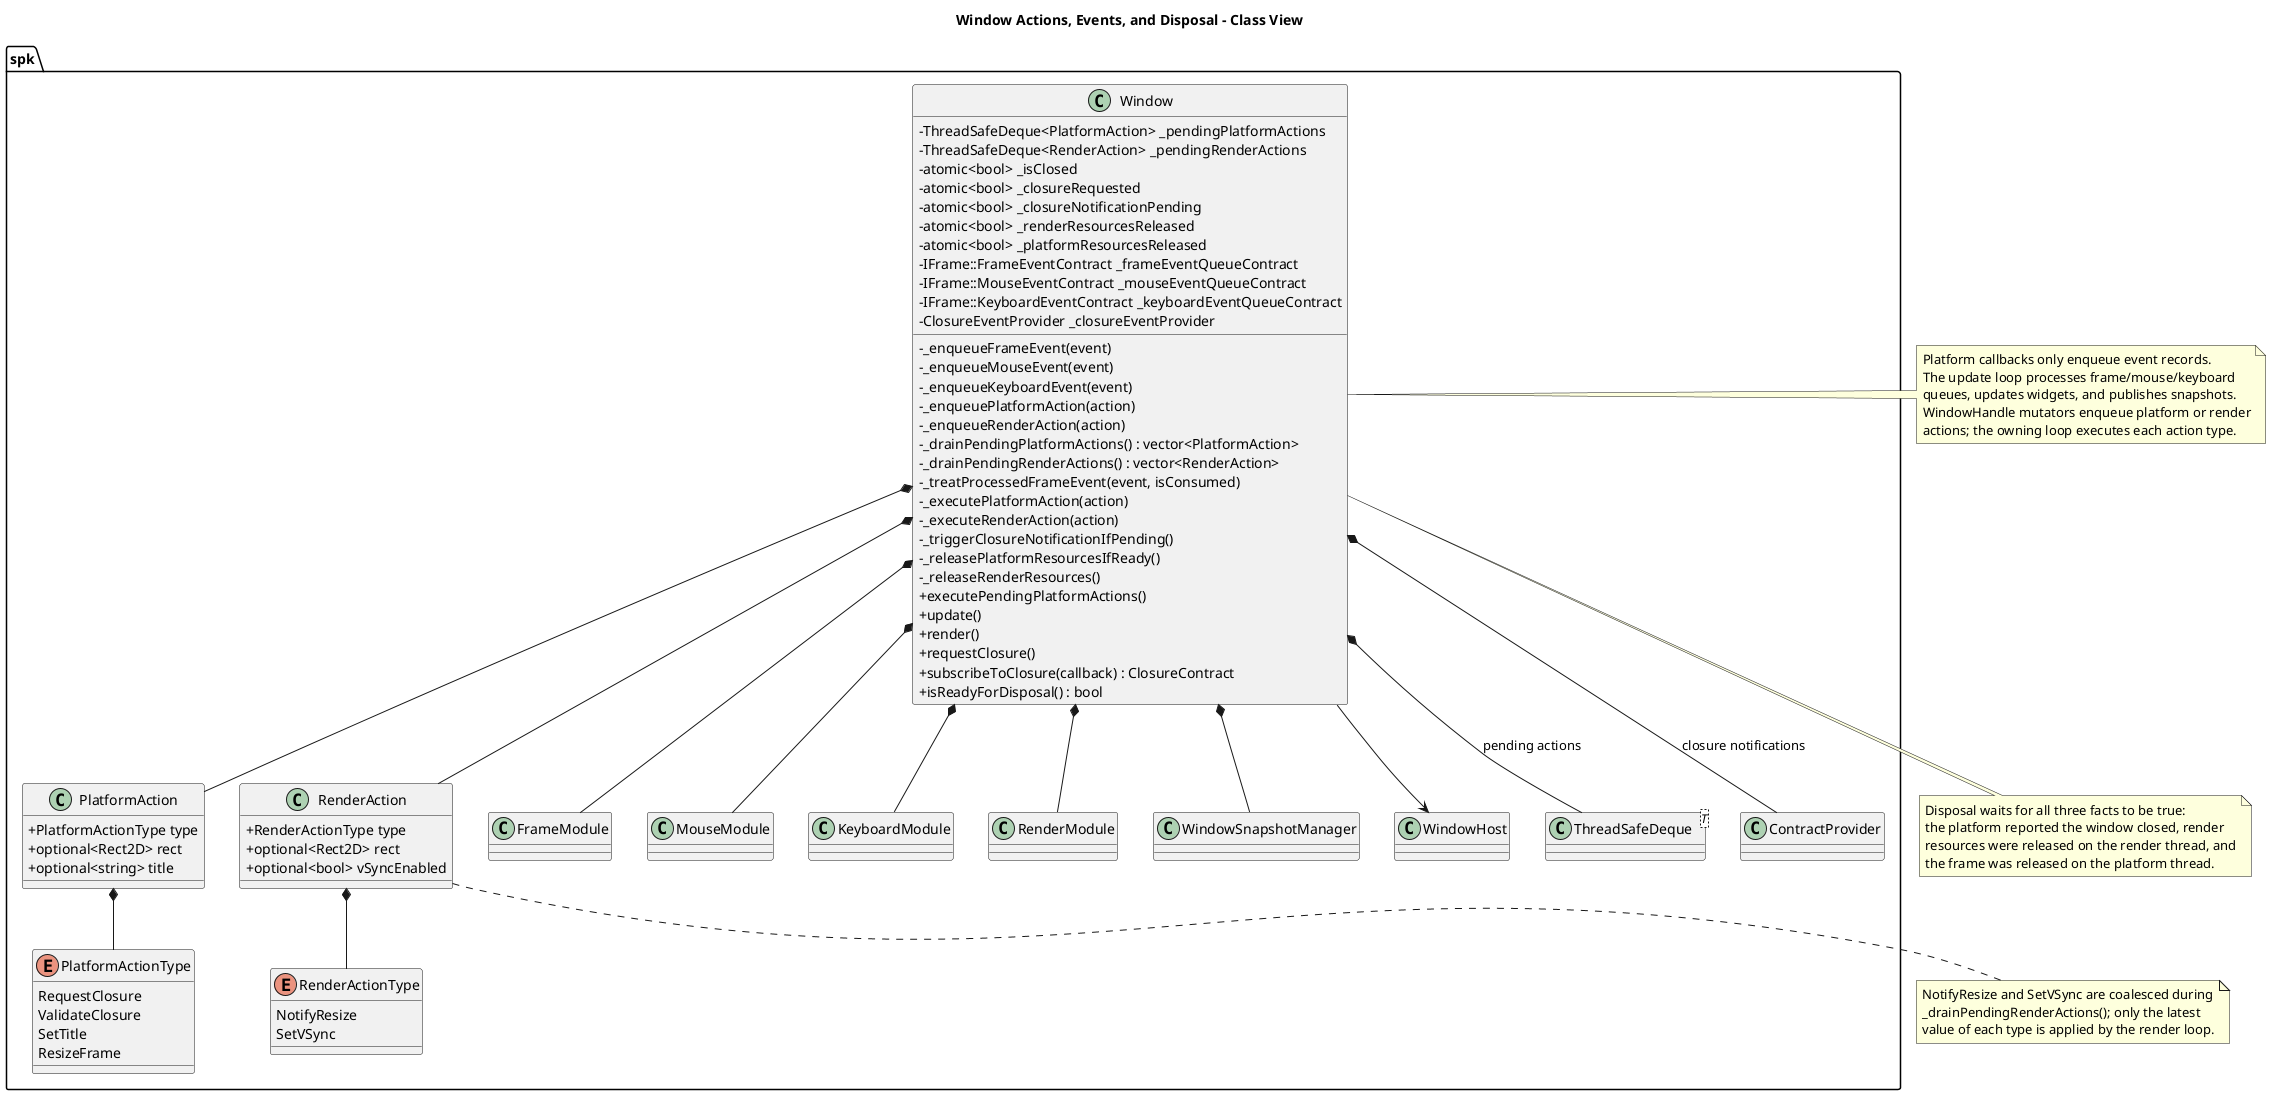
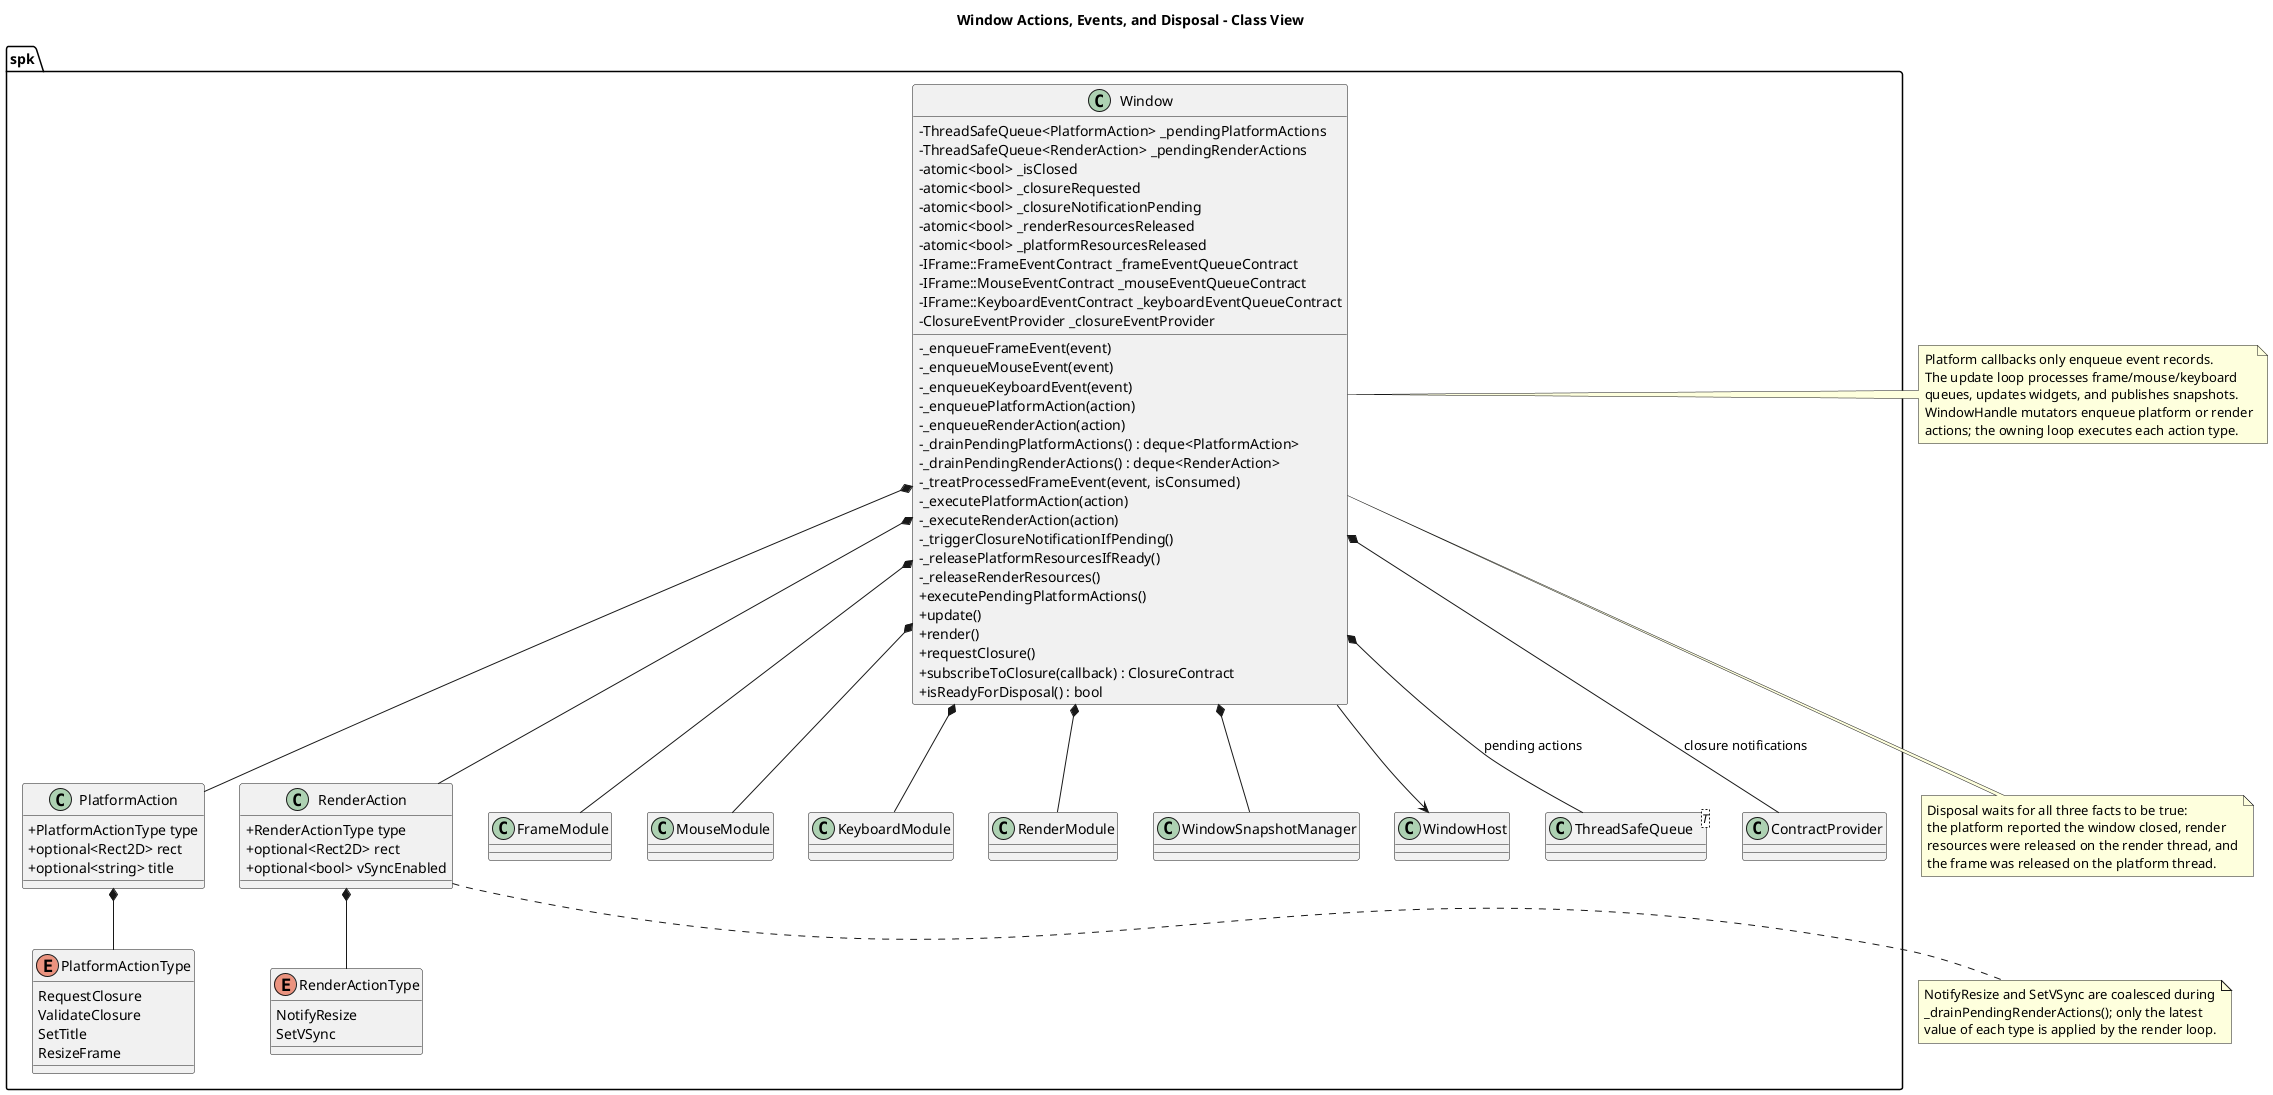
@startuml
title Window Actions, Events, and Disposal - Class View

skinparam classAttributeIconSize 0

namespace spk {
	class Window {
- 		- ThreadSafeDeque<PlatformAction> _pendingPlatformActions
- 		- ThreadSafeDeque<RenderAction> _pendingRenderActions
+ 		- ThreadSafeQueue<PlatformAction> _pendingPlatformActions
+ 		- ThreadSafeQueue<RenderAction> _pendingRenderActions
		- atomic<bool> _isClosed
		- atomic<bool> _closureRequested
		- atomic<bool> _closureNotificationPending
		- atomic<bool> _renderResourcesReleased
		- atomic<bool> _platformResourcesReleased
		- IFrame::FrameEventContract _frameEventQueueContract
		- IFrame::MouseEventContract _mouseEventQueueContract
		- IFrame::KeyboardEventContract _keyboardEventQueueContract
		- ClosureEventProvider _closureEventProvider
		- _enqueueFrameEvent(event)
		- _enqueueMouseEvent(event)
		- _enqueueKeyboardEvent(event)
		- _enqueuePlatformAction(action)
		- _enqueueRenderAction(action)
- 		- _drainPendingPlatformActions() : vector<PlatformAction>
- 		- _drainPendingRenderActions() : vector<RenderAction>
+ 		- _drainPendingPlatformActions() : deque<PlatformAction>
+ 		- _drainPendingRenderActions() : deque<RenderAction>
		- _treatProcessedFrameEvent(event, isConsumed)
		- _executePlatformAction(action)
		- _executeRenderAction(action)
		- _triggerClosureNotificationIfPending()
		- _releasePlatformResourcesIfReady()
		- _releaseRenderResources()
		+ executePendingPlatformActions()
		+ update()
		+ render()
		+ requestClosure()
		+ subscribeToClosure(callback) : ClosureContract
		+ isReadyForDisposal() : bool
	}

	enum PlatformActionType {
		RequestClosure
		ValidateClosure
		SetTitle
		ResizeFrame
	}

	class PlatformAction {
		+ PlatformActionType type
		+ optional<Rect2D> rect
		+ optional<string> title
	}

	enum RenderActionType {
		NotifyResize
		SetVSync
	}

	class RenderAction {
		+ RenderActionType type
		+ optional<Rect2D> rect
		+ optional<bool> vSyncEnabled
	}

	class FrameModule
	class MouseModule
	class KeyboardModule
	class RenderModule
	class WindowSnapshotManager
	class WindowHost
- 	class "ThreadSafeDeque<T>" as ThreadSafeDeque
+ 	class "ThreadSafeQueue<T>" as ThreadSafeQueue
	class ContractProvider
}

- spk.Window *-- spk.ThreadSafeDeque : pending actions
+ spk.Window *-- spk.ThreadSafeQueue : pending actions
spk.Window *-- spk.PlatformAction
spk.Window *-- spk.RenderAction
spk.PlatformAction *-- spk.PlatformActionType
spk.RenderAction *-- spk.RenderActionType
spk.Window *-- spk.FrameModule
spk.Window *-- spk.MouseModule
spk.Window *-- spk.KeyboardModule
spk.Window *-- spk.RenderModule
spk.Window *-- spk.WindowSnapshotManager
spk.Window --> spk.WindowHost
spk.Window *-- spk.ContractProvider : closure notifications

note right of spk.Window
Platform callbacks only enqueue event records.
The update loop processes frame/mouse/keyboard
queues, updates widgets, and publishes snapshots.
WindowHandle mutators enqueue platform or render
actions; the owning loop executes each action type.
end note

note bottom of spk.RenderAction
NotifyResize and SetVSync are coalesced during
_drainPendingRenderActions(); only the latest
value of each type is applied by the render loop.
end note

note bottom of spk.Window
Disposal waits for all three facts to be true:
the platform reported the window closed, render
resources were released on the render thread, and
the frame was released on the platform thread.
end note

@enduml
